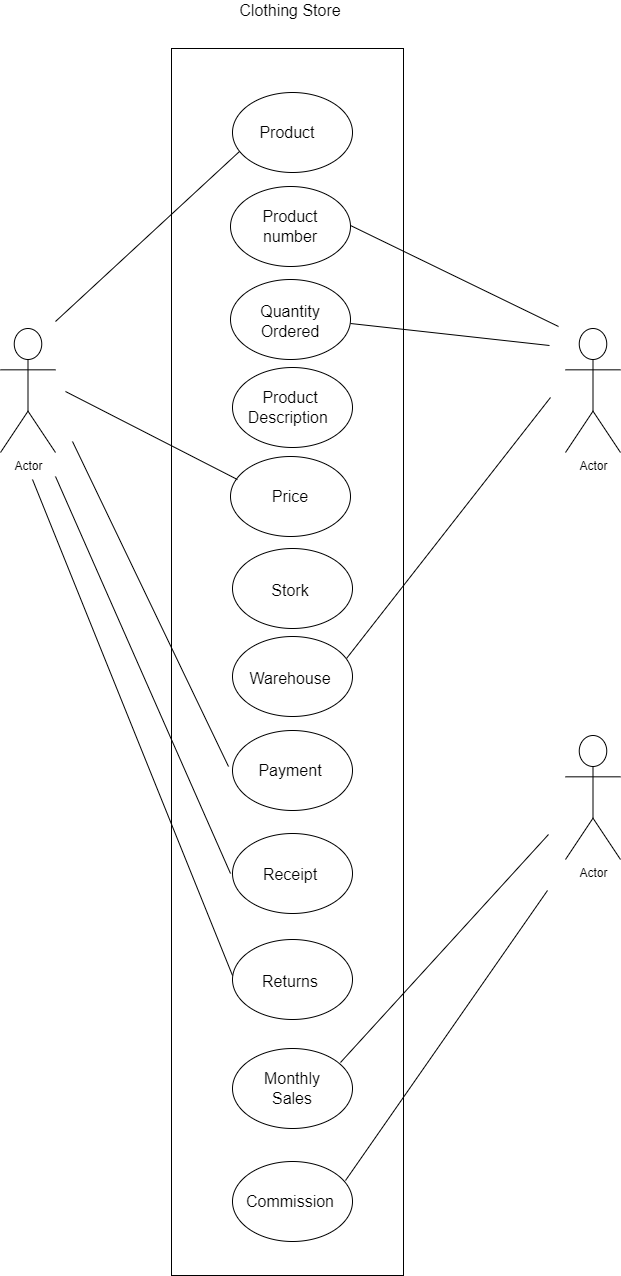
Before: Untitled Diagram.drawio.png, a diagram exported from draw.io (Jessnet7/UML). Source tidied: cells renumbered, new cells last; positions are measured from the earlier drawing's top-left corner, leaving out a move shared by most shapes.
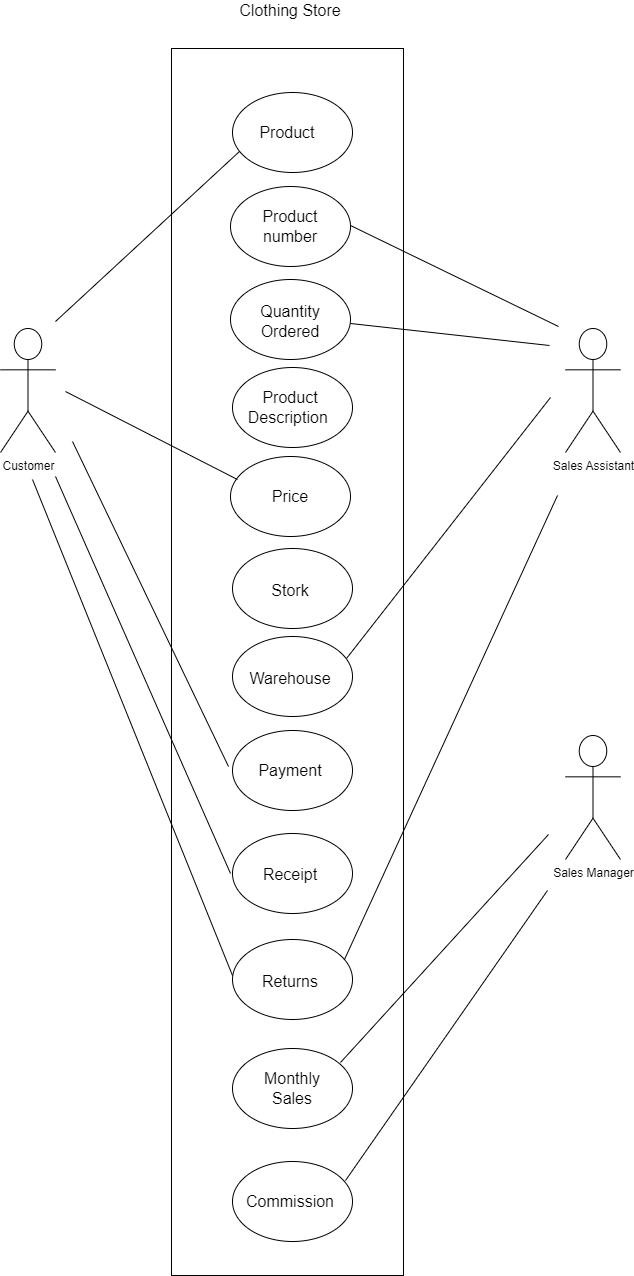
The same diagram one commit later.

What changed in the source:
```diff
@@ -80,7 +80,7 @@
     <mxCell id="27" value="Commission" style="text;html=1;align=center;verticalAlign=middle;whiteSpace=wrap;rounded=0;fontSize=16;" parent="1" vertex="1">
       <mxGeometry x="260" y="1185" width="60" height="30" as="geometry" />
     </mxCell>
-    <mxCell id="28" value="Actor" style="shape=umlActor;verticalLabelPosition=bottom;verticalAlign=top;html=1;" parent="1" vertex="1">
+    <mxCell id="28" value="Customer" style="shape=umlActor;verticalLabelPosition=bottom;verticalAlign=top;html=1;" parent="1" vertex="1">
       <mxGeometry y="327" width="55" height="124" as="geometry" />
     </mxCell>
     <mxCell id="29" style="endArrow=none;html=1;rounded=0;fontSize=12;startSize=8;endSize=8;curved=1;" parent="1" edge="1">
@@ -106,7 +106,7 @@
         <mxPoint x="230" y="872" as="targetPoint" />
       </mxGeometry>
     </mxCell>
-    <mxCell id="33" value="Actor" style="shape=umlActor;verticalLabelPosition=bottom;verticalAlign=top;html=1;" parent="1" vertex="1">
+    <mxCell id="33" value="Sales Assistant" style="shape=umlActor;verticalLabelPosition=bottom;verticalAlign=top;html=1;" parent="1" vertex="1">
       <mxGeometry x="565" y="327" width="55" height="124" as="geometry" />
     </mxCell>
     <mxCell id="34" style="endArrow=none;html=1;rounded=0;fontSize=12;startSize=8;endSize=8;curved=1;" parent="1" edge="1">
@@ -133,7 +133,7 @@
         <mxPoint x="232" y="974" as="targetPoint" />
       </mxGeometry>
     </mxCell>
-    <mxCell id="38" value="Actor" style="shape=umlActor;verticalLabelPosition=bottom;verticalAlign=top;html=1;" parent="1" vertex="1">
+    <mxCell id="38" value="Sales Manager" style="shape=umlActor;verticalLabelPosition=bottom;verticalAlign=top;html=1;" parent="1" vertex="1">
       <mxGeometry x="565" y="734" width="55" height="124" as="geometry" />
     </mxCell>
     <mxCell id="39" style="endArrow=none;html=1;rounded=0;fontSize=12;startSize=8;endSize=8;curved=1;" parent="1" edge="1">
@@ -148,5 +148,11 @@
         <mxPoint x="547" y="889" as="targetPoint" />
       </mxGeometry>
     </mxCell>
+    <mxCell id="41" style="endArrow=none;html=1;rounded=0;fontSize=12;startSize=8;endSize=8;curved=1;" parent="1" edge="1">
+      <mxGeometry relative="1" as="geometry">
+        <mxPoint x="344" y="958" as="sourcePoint" />
+        <mxPoint x="557" y="494" as="targetPoint" />
+      </mxGeometry>
+    </mxCell>
   </root>
 </mxGraphModel>
```
